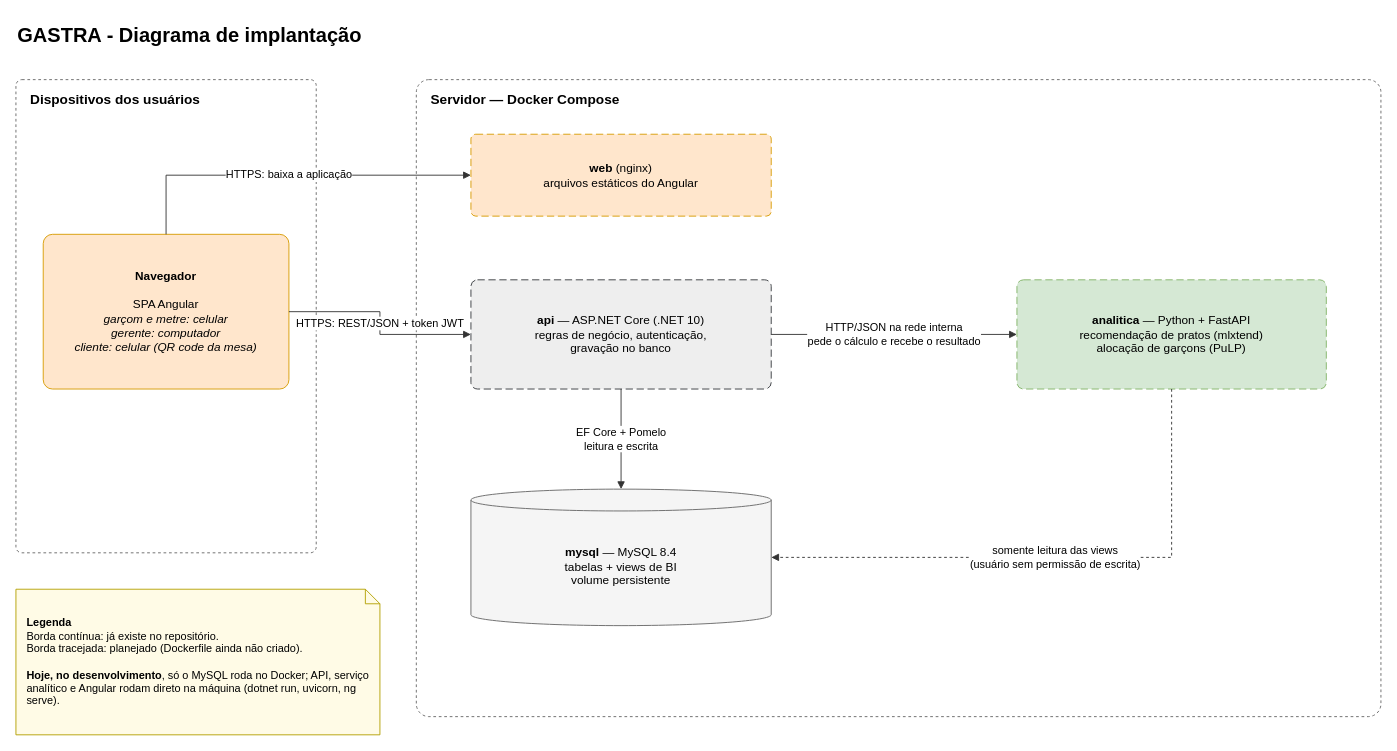
Earlier version of the draw.io diagram docs/diagramas/_fontes/GASTRA_Arquitetura_Implantacao.drawio (danih-vb/gastra-tg). Source tidied: cells renumbered, new cells numbered last; positions are measured from the earlier drawing's top-left corner, leaving out a move shared by most shapes. Both pictures are drawn from the tidied source at 91%, with x=0, y=0 at pixel (15, 15).
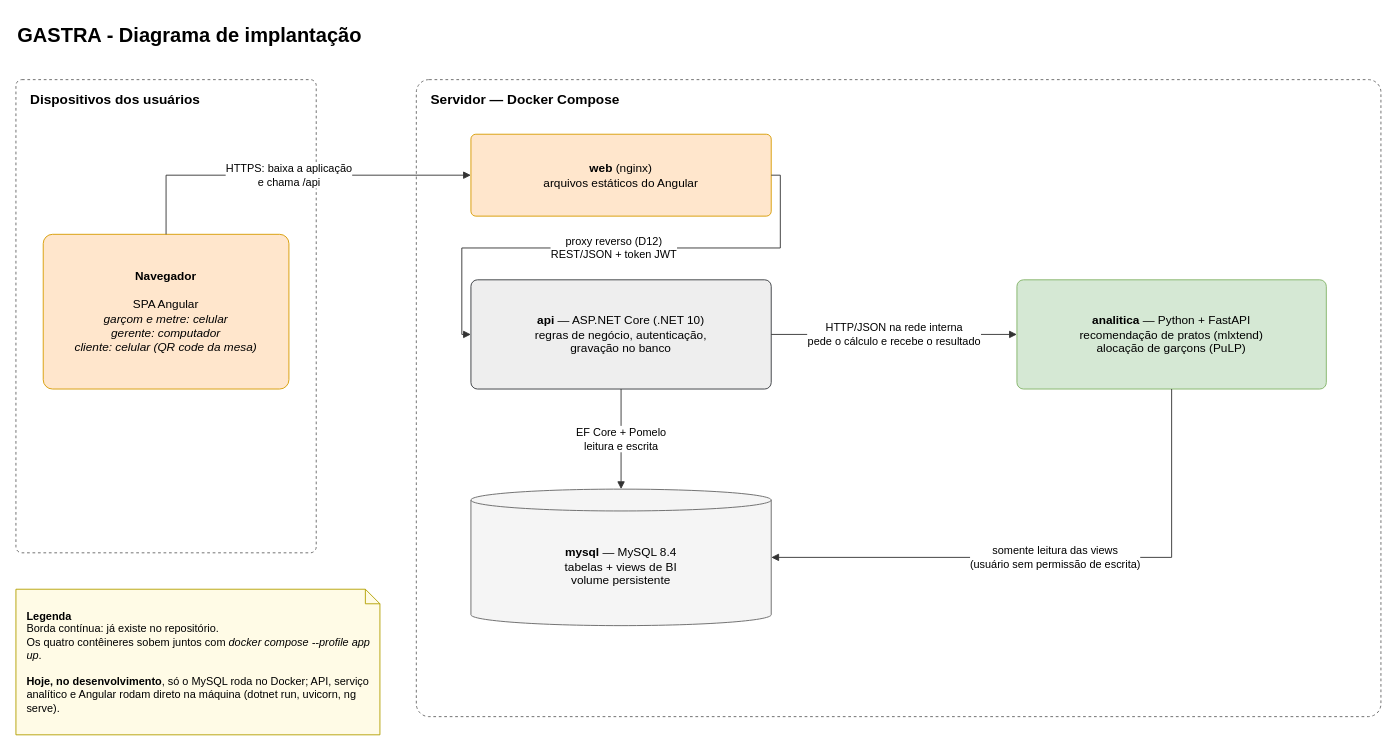
Above is the later version.

Commit message (it also covers changes not shown here):
docs: corrige o diagrama de implantação (#195)

Change to the diagram source:
```diff
@@
 <mxGraphModel>
   <root>
     <mxCell id="0" />
     <mxCell id="1" parent="0" />
     <mxCell id="2" value="GASTRA - Diagrama de implantação" style="text;html=1;align=left;verticalAlign=middle;whiteSpace=wrap;fontSize=22;fontStyle=1;" parent="1" vertex="1">
       <mxGeometry width="1500" height="44" as="geometry" />
     </mxCell>
     <mxCell id="3" value="Dispositivos dos usuários" style="rounded=1;arcSize=2;whiteSpace=wrap;html=1;fillColor=none;strokeColor=#666666;dashed=1;verticalAlign=top;align=left;spacingLeft=14;spacingTop=6;fontSize=15;fontStyle=1;" parent="1" vertex="1">
       <mxGeometry y="70" width="330" height="520" as="geometry" />
     </mxCell>
     <mxCell id="4" value="&lt;b&gt;Navegador&lt;/b&gt;&lt;br&gt;&lt;br&gt;SPA Angular&lt;br&gt;&lt;i&gt;garçom e metre: celular&lt;br&gt;gerente: computador&lt;br&gt;cliente: celular (QR code da mesa)&lt;/i&gt;" style="rounded=1;arcSize=6;whiteSpace=wrap;html=1;fillColor=#ffe6cc;strokeColor=#d79b00;fontSize=13;verticalAlign=middle;" parent="1" vertex="1">
       <mxGeometry x="30" y="240" width="270" height="170" as="geometry" />
     </mxCell>
     <mxCell id="5" value="Servidor — Docker Compose" style="rounded=1;arcSize=2;whiteSpace=wrap;html=1;fillColor=none;strokeColor=#666666;dashed=1;verticalAlign=top;align=left;spacingLeft=14;spacingTop=6;fontSize=15;fontStyle=1;" parent="1" vertex="1">
       <mxGeometry x="440" y="70" width="1060" height="700" as="geometry" />
     </mxCell>
-    <mxCell id="6" value="&lt;b&gt;web&lt;/b&gt; (nginx)&lt;br&gt;arquivos estáticos do Angular" style="rounded=1;arcSize=6;whiteSpace=wrap;html=1;fillColor=#ffe6cc;strokeColor=#d79b00;fontSize=13;verticalAlign=middle;dashed=1;dashPattern=8 4;" parent="1" vertex="1">
+    <mxCell id="6" value="&lt;b&gt;web&lt;/b&gt; (nginx)&lt;br&gt;arquivos estáticos do Angular" style="rounded=1;arcSize=6;whiteSpace=wrap;html=1;fillColor=#ffe6cc;strokeColor=#d79b00;fontSize=13;verticalAlign=middle;" parent="1" vertex="1">
       <mxGeometry x="500" y="130" width="330" height="90" as="geometry" />
     </mxCell>
-    <mxCell id="7" value="&lt;b&gt;api&lt;/b&gt; — ASP.NET Core (.NET 10)&lt;br&gt;regras de negócio, autenticação,&lt;br&gt;gravação no banco" style="rounded=1;arcSize=6;whiteSpace=wrap;html=1;fillColor=#eeeeee;strokeColor=#36393d;fontSize=13;verticalAlign=middle;dashed=1;dashPattern=8 4;" parent="1" vertex="1">
+    <mxCell id="7" value="&lt;b&gt;api&lt;/b&gt; — ASP.NET Core (.NET 10)&lt;br&gt;regras de negócio, autenticação,&lt;br&gt;gravação no banco" style="rounded=1;arcSize=6;whiteSpace=wrap;html=1;fillColor=#eeeeee;strokeColor=#36393d;fontSize=13;verticalAlign=middle;" parent="1" vertex="1">
       <mxGeometry x="500" y="290" width="330" height="120" as="geometry" />
     </mxCell>
-    <mxCell id="8" value="&lt;b&gt;analitica&lt;/b&gt; — Python + FastAPI&lt;br&gt;recomendação de pratos (mlxtend)&lt;br&gt;alocação de garçons (PuLP)" style="rounded=1;arcSize=6;whiteSpace=wrap;html=1;fillColor=#d5e8d4;strokeColor=#82b366;fontSize=13;verticalAlign=middle;dashed=1;dashPattern=8 4;" parent="1" vertex="1">
+    <mxCell id="8" value="&lt;b&gt;analitica&lt;/b&gt; — Python + FastAPI&lt;br&gt;recomendação de pratos (mlxtend)&lt;br&gt;alocação de garçons (PuLP)" style="rounded=1;arcSize=6;whiteSpace=wrap;html=1;fillColor=#d5e8d4;strokeColor=#82b366;fontSize=13;verticalAlign=middle;" parent="1" vertex="1">
       <mxGeometry x="1100" y="290" width="340" height="120" as="geometry" />
     </mxCell>
     <mxCell id="9" value="&lt;b&gt;mysql&lt;/b&gt; — MySQL 8.4&lt;br&gt;tabelas + views de BI&lt;br&gt;volume persistente" style="shape=cylinder3;whiteSpace=wrap;html=1;boundedLbl=1;size=12;fillColor=#f5f5f5;strokeColor=#666666;fontSize=13;" parent="1" vertex="1">
       <mxGeometry x="500" y="520" width="330" height="150" as="geometry" />
     </mxCell>
-    <mxCell id="10" value="HTTPS: baixa a aplicação" style="edgeStyle=orthogonalEdgeStyle;rounded=0;html=1;endArrow=block;endFill=1;strokeColor=#333333;fontSize=12;labelBackgroundColor=#ffffff;exitX=0.5;exitY=0;exitDx=0;exitDy=0;entryX=0;entryY=0.5;entryDx=0;entryDy=0;" parent="1" edge="1" source="4" target="6">
+    <mxCell id="10" value="HTTPS: baixa a aplicação&lt;br&gt;e chama /api" style="edgeStyle=orthogonalEdgeStyle;rounded=0;html=1;endArrow=block;endFill=1;strokeColor=#333333;fontSize=12;labelBackgroundColor=#ffffff;exitX=0.5;exitY=0;exitDx=0;exitDy=0;entryX=0;entryY=0.5;entryDx=0;entryDy=0;" parent="1" edge="1" source="4" target="6">
       <mxGeometry relative="1" as="geometry">
         <Array as="points">
           <mxPoint x="165" y="175" />
         </Array>
       </mxGeometry>
     </mxCell>
-    <mxCell id="11" value="HTTPS: REST/JSON + token JWT" style="edgeStyle=orthogonalEdgeStyle;rounded=0;html=1;endArrow=block;endFill=1;strokeColor=#333333;fontSize=12;labelBackgroundColor=#ffffff;exitX=1;exitY=0.5;exitDx=0;exitDy=0;entryX=0;entryY=0.5;entryDx=0;entryDy=0;" parent="1" edge="1" source="4" target="7">
+    <mxCell id="11" value="proxy reverso (D12)&lt;br&gt;REST/JSON + token JWT" style="edgeStyle=orthogonalEdgeStyle;rounded=0;html=1;endArrow=block;endFill=1;strokeColor=#333333;fontSize=12;labelBackgroundColor=#ffffff;exitX=1;exitY=0.5;exitDx=0;exitDy=0;entryX=0;entryY=0.5;entryDx=0;entryDy=0;" parent="1" edge="1" source="6" target="7">
       <mxGeometry relative="1" as="geometry" />
     </mxCell>
     <mxCell id="12" value="EF Core + Pomelo&lt;br&gt;leitura e escrita" style="edgeStyle=orthogonalEdgeStyle;rounded=0;html=1;endArrow=block;endFill=1;strokeColor=#333333;fontSize=12;labelBackgroundColor=#ffffff;exitX=0.5;exitY=1;exitDx=0;exitDy=0;entryX=0.5;entryY=0;entryDx=0;entryDy=0;" parent="1" edge="1" source="7" target="9">
       <mxGeometry relative="1" as="geometry" />
     </mxCell>
     <mxCell id="13" value="HTTP/JSON na rede interna&lt;br&gt;pede o cálculo e recebe o resultado" style="edgeStyle=orthogonalEdgeStyle;rounded=0;html=1;endArrow=block;endFill=1;strokeColor=#333333;fontSize=12;labelBackgroundColor=#ffffff;exitX=1;exitY=0.5;exitDx=0;exitDy=0;entryX=0;entryY=0.5;entryDx=0;entryDy=0;" parent="1" edge="1" source="7" target="8">
       <mxGeometry relative="1" as="geometry" />
     </mxCell>
-    <mxCell id="14" value="somente leitura das views&lt;br&gt;(usuário sem permissão de escrita)" style="edgeStyle=orthogonalEdgeStyle;rounded=0;html=1;endArrow=block;endFill=1;strokeColor=#333333;fontSize=12;labelBackgroundColor=#ffffff;dashed=1;exitX=0.5;exitY=1;exitDx=0;exitDy=0;entryX=1;entryY=0.5;entryDx=0;entryDy=0;" parent="1" edge="1" source="8" target="9">
+    <mxCell id="14" value="somente leitura das views&lt;br&gt;(usuário sem permissão de escrita)" style="edgeStyle=orthogonalEdgeStyle;rounded=0;html=1;endArrow=block;endFill=1;strokeColor=#333333;fontSize=12;labelBackgroundColor=#ffffff;exitX=0.5;exitY=1;exitDx=0;exitDy=0;entryX=1;entryY=0.5;entryDx=0;entryDy=0;" parent="1" edge="1" source="8" target="9">
       <mxGeometry relative="1" as="geometry">
         <Array as="points">
           <mxPoint x="1270" y="595" />
         </Array>
       </mxGeometry>
     </mxCell>
-    <mxCell id="15" value="&lt;b&gt;Legenda&lt;/b&gt;&lt;br&gt;Borda contínua: já existe no repositório.&lt;br&gt;Borda tracejada: planejado (Dockerfile ainda não criado).&lt;br&gt;&lt;br&gt;&lt;b&gt;Hoje, no desenvolvimento&lt;/b&gt;, só o MySQL roda no Docker; API, serviço analítico e Angular rodam direto na máquina (dotnet run, uvicorn, ng serve)." style="shape=note;size=16;whiteSpace=wrap;html=1;align=left;spacingLeft=10;spacingRight=10;fillColor=#fffbe6;strokeColor=#b3a100;fontSize=12;" parent="1" vertex="1">
+    <mxCell id="15" value="&lt;b&gt;Legenda&lt;/b&gt;&lt;br&gt;Borda contínua: já existe no repositório.&lt;br&gt;Os quatro contêineres sobem juntos com &lt;i&gt;docker compose --profile app up&lt;/i&gt;.&lt;br&gt;&lt;br&gt;&lt;b&gt;Hoje, no desenvolvimento&lt;/b&gt;, só o MySQL roda no Docker; API, serviço analítico e Angular rodam direto na máquina (dotnet run, uvicorn, ng serve)." style="shape=note;size=16;whiteSpace=wrap;html=1;align=left;spacingLeft=10;spacingRight=10;fillColor=#fffbe6;strokeColor=#b3a100;fontSize=12;" parent="1" vertex="1">
       <mxGeometry y="630" width="400" height="160" as="geometry" />
     </mxCell>
   </root>
 </mxGraphModel>
```
